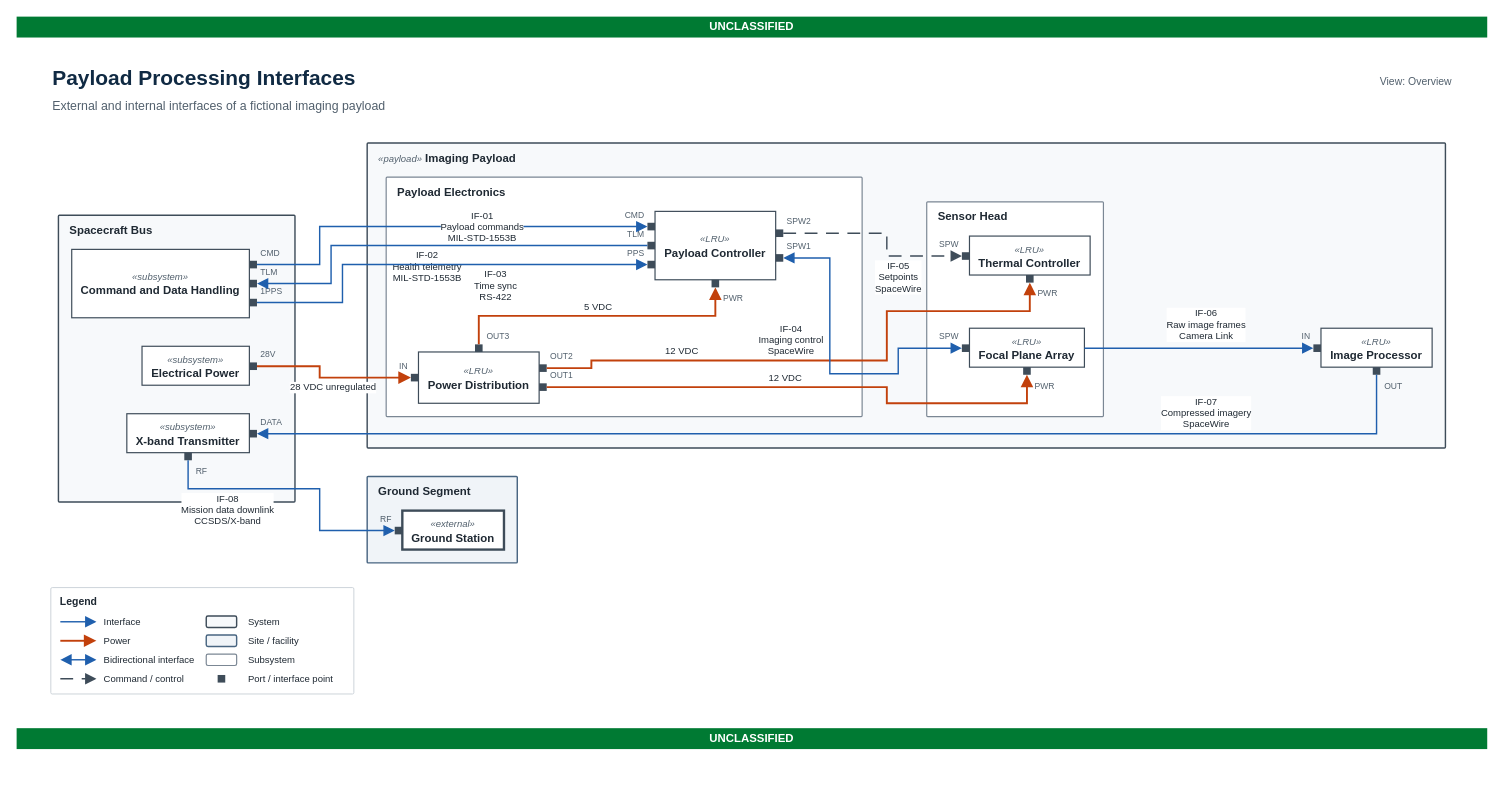
jdlongmire/technical-architecture-diagram keeps this draw.io diagram as page "Overview" (1 of 2) of examples/payload_interfaces.drawio. Above is the earlier version. Source tidied: cells renumbered, new cells numbered last; positions are measured from the earlier drawing's top-left corner, leaving out a move shared by most shapes. Both pictures are drawn from the tidied source at 95%, with x=0, y=0 at pixel (16, 16).
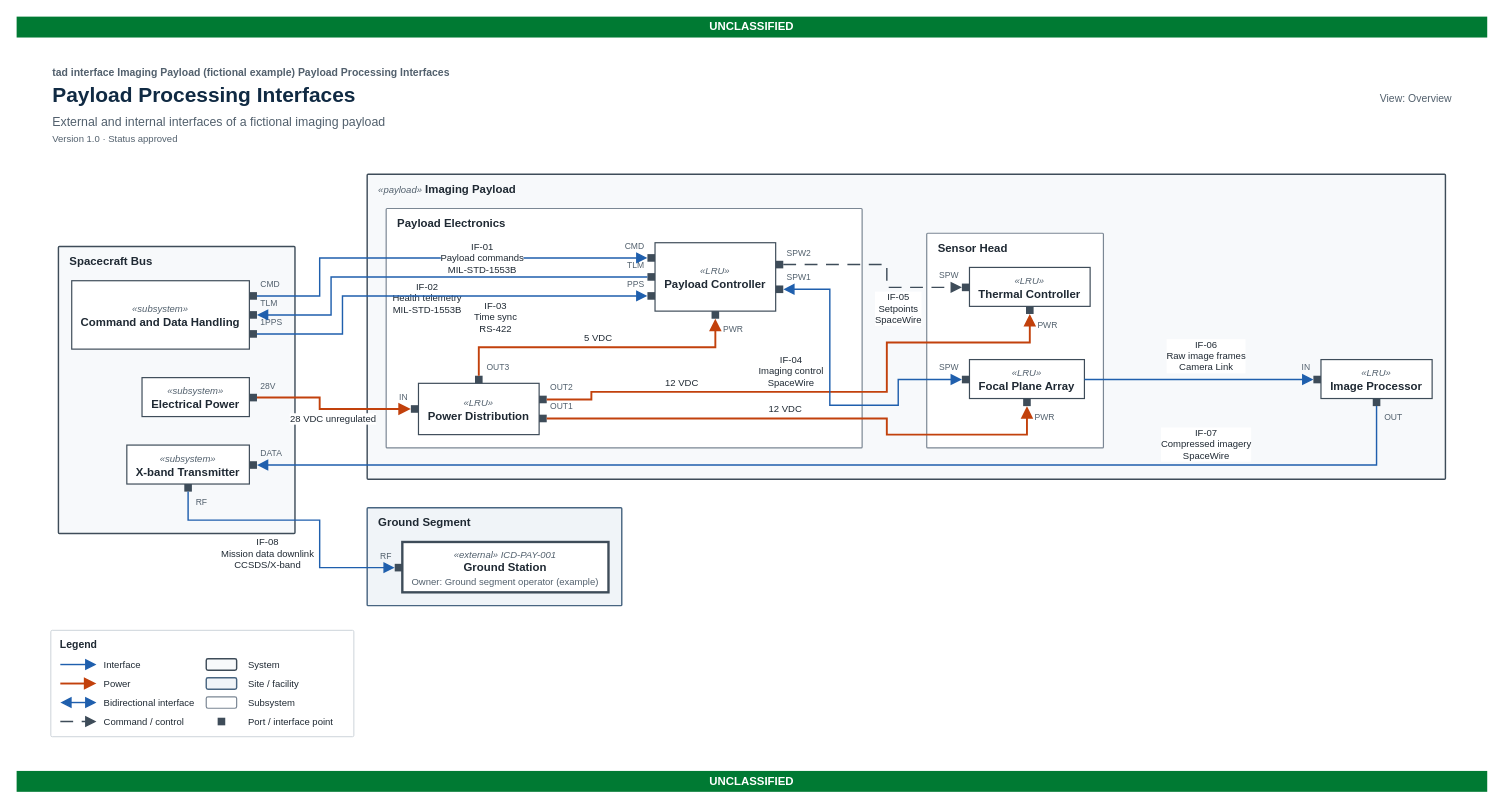
The same page after the edit.

Unchanged cells that the change refers to:
```xml
<mxCell id="13" value="CMD" style="rounded=0;html=1;fillColor=#3E4C59;strokeColor=none;fontSize=9;fontFamily=Helvetica;fontColor=#52606D;points=[];labelPosition=right;align=left;verticalLabelPosition=top;verticalAlign=bottom;spacingLeft=2;" parent="12" vertex="1">
  <mxGeometry x="187" y="12" width="8" height="8" as="geometry" />
</mxCell>
<mxCell id="14" value="TLM" style="rounded=0;html=1;fillColor=#3E4C59;strokeColor=none;fontSize=9;fontFamily=Helvetica;fontColor=#52606D;points=[];labelPosition=right;align=left;verticalLabelPosition=top;verticalAlign=bottom;spacingLeft=2;" parent="12" vertex="1">
  <mxGeometry x="187" y="32" width="8" height="8" as="geometry" />
</mxCell>
<mxCell id="15" value="1PPS" style="rounded=0;html=1;fillColor=#3E4C59;strokeColor=none;fontSize=9;fontFamily=Helvetica;fontColor=#52606D;points=[];labelPosition=right;align=left;verticalLabelPosition=top;verticalAlign=bottom;spacingLeft=2;" parent="12" vertex="1">
  <mxGeometry x="187" y="52" width="8" height="8" as="geometry" />
</mxCell>
<mxCell id="17" value="28V" style="rounded=0;html=1;fillColor=#3E4C59;strokeColor=none;fontSize=9;fontFamily=Helvetica;fontColor=#52606D;points=[];labelPosition=right;align=left;verticalLabelPosition=top;verticalAlign=bottom;spacingLeft=2;" parent="16" vertex="1">
  <mxGeometry x="113" y="17" width="8" height="8" as="geometry" />
</mxCell>
<mxCell id="19" value="DATA" style="rounded=0;html=1;fillColor=#3E4C59;strokeColor=none;fontSize=9;fontFamily=Helvetica;fontColor=#52606D;points=[];labelPosition=right;align=left;verticalLabelPosition=top;verticalAlign=bottom;spacingLeft=2;" parent="18" vertex="1">
  <mxGeometry x="129" y="17" width="8" height="8" as="geometry" />
</mxCell>
<mxCell id="20" value="RF" style="rounded=0;html=1;fillColor=#3E4C59;strokeColor=none;fontSize=9;fontFamily=Helvetica;fontColor=#52606D;points=[];labelPosition=right;align=left;verticalLabelPosition=bottom;verticalAlign=top;spacingLeft=2;" parent="18" vertex="1">
  <mxGeometry x="60.5" y="41" width="8" height="8" as="geometry" />
</mxCell>
<mxCell id="22" value="CMD" style="rounded=0;html=1;fillColor=#3E4C59;strokeColor=none;fontSize=9;fontFamily=Helvetica;fontColor=#52606D;points=[];labelPosition=left;align=right;verticalLabelPosition=top;verticalAlign=bottom;spacingRight=2;" parent="21" vertex="1">
  <mxGeometry x="-8" y="12" width="8" height="8" as="geometry" />
</mxCell>
<mxCell id="23" value="TLM" style="rounded=0;html=1;fillColor=#3E4C59;strokeColor=none;fontSize=9;fontFamily=Helvetica;fontColor=#52606D;points=[];labelPosition=left;align=right;verticalLabelPosition=top;verticalAlign=bottom;spacingRight=2;" parent="21" vertex="1">
  <mxGeometry x="-8" y="32" width="8" height="8" as="geometry" />
</mxCell>
<mxCell id="24" value="PPS" style="rounded=0;html=1;fillColor=#3E4C59;strokeColor=none;fontSize=9;fontFamily=Helvetica;fontColor=#52606D;points=[];labelPosition=left;align=right;verticalLabelPosition=top;verticalAlign=bottom;spacingRight=2;" parent="21" vertex="1">
  <mxGeometry x="-8" y="52" width="8" height="8" as="geometry" />
</mxCell>
<mxCell id="25" value="SPW1" style="rounded=0;html=1;fillColor=#3E4C59;strokeColor=none;fontSize=9;fontFamily=Helvetica;fontColor=#52606D;points=[];labelPosition=right;align=left;verticalLabelPosition=top;verticalAlign=bottom;spacingLeft=2;" parent="21" vertex="1">
  <mxGeometry x="127" y="45" width="8" height="8" as="geometry" />
</mxCell>
<mxCell id="26" value="SPW2" style="rounded=0;html=1;fillColor=#3E4C59;strokeColor=none;fontSize=9;fontFamily=Helvetica;fontColor=#52606D;points=[];labelPosition=right;align=left;verticalLabelPosition=top;verticalAlign=bottom;spacingLeft=2;" parent="21" vertex="1">
  <mxGeometry x="127" y="19" width="8" height="8" as="geometry" />
</mxCell>
<mxCell id="27" value="PWR" style="rounded=0;html=1;fillColor=#3E4C59;strokeColor=none;fontSize=9;fontFamily=Helvetica;fontColor=#52606D;points=[];labelPosition=right;align=left;verticalLabelPosition=bottom;verticalAlign=top;spacingLeft=2;" parent="21" vertex="1">
  <mxGeometry x="59.5" y="72" width="8" height="8" as="geometry" />
</mxCell>
<mxCell id="29" value="IN" style="rounded=0;html=1;fillColor=#3E4C59;strokeColor=none;fontSize=9;fontFamily=Helvetica;fontColor=#52606D;points=[];labelPosition=left;align=right;verticalLabelPosition=top;verticalAlign=bottom;spacingRight=2;" parent="28" vertex="1">
  <mxGeometry x="-8" y="23" width="8" height="8" as="geometry" />
</mxCell>
<mxCell id="30" value="OUT1" style="rounded=0;html=1;fillColor=#3E4C59;strokeColor=none;fontSize=9;fontFamily=Helvetica;fontColor=#52606D;points=[];labelPosition=right;align=left;verticalLabelPosition=top;verticalAlign=bottom;spacingLeft=2;" parent="28" vertex="1">
  <mxGeometry x="127" y="33" width="8" height="8" as="geometry" />
</mxCell>
<mxCell id="31" value="OUT2" style="rounded=0;html=1;fillColor=#3E4C59;strokeColor=none;fontSize=9;fontFamily=Helvetica;fontColor=#52606D;points=[];labelPosition=right;align=left;verticalLabelPosition=top;verticalAlign=bottom;spacingLeft=2;" parent="28" vertex="1">
  <mxGeometry x="127" y="13" width="8" height="8" as="geometry" />
</mxCell>
<mxCell id="32" value="OUT3" style="rounded=0;html=1;fillColor=#3E4C59;strokeColor=none;fontSize=9;fontFamily=Helvetica;fontColor=#52606D;points=[];labelPosition=right;align=left;verticalLabelPosition=top;verticalAlign=bottom;spacingLeft=2;" parent="28" vertex="1">
  <mxGeometry x="59.5" y="-8" width="8" height="8" as="geometry" />
</mxCell>
<mxCell id="34" value="SPW" style="rounded=0;html=1;fillColor=#3E4C59;strokeColor=none;fontSize=9;fontFamily=Helvetica;fontColor=#52606D;points=[];labelPosition=left;align=right;verticalLabelPosition=top;verticalAlign=bottom;spacingRight=2;" parent="33" vertex="1">
  <mxGeometry x="-8" y="17" width="8" height="8" as="geometry" />
</mxCell>
<mxCell id="35" value="PWR" style="rounded=0;html=1;fillColor=#3E4C59;strokeColor=none;fontSize=9;fontFamily=Helvetica;fontColor=#52606D;points=[];labelPosition=right;align=left;verticalLabelPosition=bottom;verticalAlign=top;spacingLeft=2;" parent="33" vertex="1">
  <mxGeometry x="56.5" y="41" width="8" height="8" as="geometry" />
</mxCell>
<mxCell id="37" value="SPW" style="rounded=0;html=1;fillColor=#3E4C59;strokeColor=none;fontSize=9;fontFamily=Helvetica;fontColor=#52606D;points=[];labelPosition=left;align=right;verticalLabelPosition=top;verticalAlign=bottom;spacingRight=2;" parent="36" vertex="1">
  <mxGeometry x="-8" y="17" width="8" height="8" as="geometry" />
</mxCell>
<mxCell id="38" value="PWR" style="rounded=0;html=1;fillColor=#3E4C59;strokeColor=none;fontSize=9;fontFamily=Helvetica;fontColor=#52606D;points=[];labelPosition=right;align=left;verticalLabelPosition=bottom;verticalAlign=top;spacingLeft=2;" parent="36" vertex="1">
  <mxGeometry x="59.5" y="41" width="8" height="8" as="geometry" />
</mxCell>
<mxCell id="41" value="OUT" style="rounded=0;html=1;fillColor=#3E4C59;strokeColor=none;fontSize=9;fontFamily=Helvetica;fontColor=#52606D;points=[];labelPosition=right;align=left;verticalLabelPosition=bottom;verticalAlign=top;spacingLeft=2;" parent="39" vertex="1">
  <mxGeometry x="54.5" y="41" width="8" height="8" as="geometry" />
</mxCell>
```

Change to the diagram source:
```diff
@@
     <mxCell id="3" value="UNCLASSIFIED" style="rounded=0;html=1;whiteSpace=wrap;fillColor=#007A33;strokeColor=none;fontColor=#FFFFFF;fontStyle=1;fontSize=12;fontFamily=Helvetica;align=center;verticalAlign=middle;" parent="1" vertex="1">
-      <mxGeometry y="749" width="1548" height="22" as="geometry" />
+      <mxGeometry y="794" width="1548" height="22" as="geometry" />
     </mxCell>
+    <mxCell id="73" value="tad interface Imaging Payload (fictional example) Payload Processing Interfaces" style="text;html=1;align=left;verticalAlign=top;fontSize=11;fontStyle=1;fontFamily=Helvetica;fontColor=#52606D;whiteSpace=nowrap;" parent="1" vertex="1">
+      <mxGeometry x="36" y="46" width="618.4" height="15" as="geometry" />
+    </mxCell>
     <mxCell id="4" value="Payload Processing Interfaces" style="text;html=1;align=left;verticalAlign=top;fontSize=22;fontStyle=1;fontFamily=Helvetica;fontColor=#102A43;whiteSpace=nowrap;" parent="1" vertex="1">
-      <mxGeometry x="36" y="46" width="370.6" height="32" as="geometry" />
+      <mxGeometry x="36" y="63" width="438.4" height="32" as="geometry" />
     </mxCell>
     <mxCell id="5" value="External and internal interfaces of a fictional imaging payload" style="text;html=1;align=left;verticalAlign=top;fontSize=13;fontFamily=Helvetica;fontColor=#52606D;whiteSpace=nowrap;" parent="1" vertex="1">
-      <mxGeometry x="36" y="80" width="550.6" height="21" as="geometry" />
+      <mxGeometry x="36" y="97" width="618.4" height="21" as="geometry" />
     </mxCell>
+    <mxCell id="74" value="Version 1.0 · Status approved" style="text;html=1;align=left;verticalAlign=top;fontSize=10;fontFamily=Helvetica;fontColor=#52606D;whiteSpace=nowrap;" parent="1" vertex="1">
+      <mxGeometry x="36" y="116" width="618.4" height="16" as="geometry" />
+    </mxCell>
     <mxCell id="6" value="View: Overview" style="text;html=1;align=right;verticalAlign=top;fontSize=11;fontFamily=Helvetica;fontColor=#52606D;" parent="1" vertex="1">
-      <mxGeometry x="1252" y="56" width="260" height="18" as="geometry" />
+      <mxGeometry x="1252" y="73" width="260" height="18" as="geometry" />
     </mxCell>
     <mxCell id="7" value="&lt;b&gt;Spacecraft Bus&lt;/b&gt;" style="rounded=1;arcSize=2;absoluteArcSize=1;html=1;whiteSpace=wrap;fillColor=#F7F9FB;strokeColor=#3E4C59;strokeWidth=1.5;verticalAlign=top;align=left;spacingLeft=10;spacingTop=2;fontSize=12;fontFamily=Helvetica;fontColor=#1F2933;" parent="1" vertex="1">
-      <mxGeometry x="44" y="209" width="249" height="302" as="geometry" />
+      <mxGeometry x="44" y="242" width="249" height="302" as="geometry" />
     </mxCell>
     <mxCell id="8" value="&lt;i style=&quot;font-weight:normal;font-size:10px;color:#52606D&quot;&gt;«payload»&lt;/i&gt; &lt;b&gt;Imaging Payload&lt;/b&gt;" style="rounded=1;arcSize=2;absoluteArcSize=1;html=1;whiteSpace=wrap;fillColor=#F7F9FB;strokeColor=#3E4C59;strokeWidth=1.5;verticalAlign=top;align=left;spacingLeft=10;spacingTop=2;fontSize=12;fontFamily=Helvetica;fontColor=#1F2933;" parent="1" vertex="1">
-      <mxGeometry x="369" y="133" width="1135" height="321" as="geometry" />
+      <mxGeometry x="369" y="166" width="1135" height="321" as="geometry" />
     </mxCell>
     <mxCell id="9" value="&lt;b&gt;Ground Segment&lt;/b&gt;" style="rounded=1;arcSize=2;absoluteArcSize=1;html=1;whiteSpace=wrap;fillColor=#F0F4F8;strokeColor=#486581;strokeWidth=1.5;verticalAlign=top;align=left;spacingLeft=10;spacingTop=2;fontSize=12;fontFamily=Helvetica;fontColor=#1F2933;" parent="1" vertex="1">
-      <mxGeometry x="369" y="484" width="158" height="91" as="geometry" />
+      <mxGeometry x="369" y="517" width="268" height="103" as="geometry" />
     </mxCell>
@@
-    <mxCell id="42" value="&lt;span style=&quot;font-size:10px;color:#52606D&quot;&gt;&lt;i&gt;«external»&lt;/i&gt;&lt;/span&gt;&lt;br&gt;&lt;b&gt;Ground Station&lt;/b&gt;" style="html=1;whiteSpace=wrap;fillColor=#FFFFFF;strokeColor=#3E4C59;strokeWidth=2.5;fontSize=12;fontFamily=Helvetica;fontColor=#1F2933;verticalAlign=middle;align=center;spacing=4;rounded=0;" parent="9" vertex="1">
-      <mxGeometry x="37" y="36" width="107" height="41" as="geometry" />
+    <mxCell id="42" value="&lt;span style=&quot;font-size:10px;color:#52606D&quot;&gt;&lt;i&gt;«external» ICD-PAY-001&lt;/i&gt;&lt;/span&gt;&lt;br&gt;&lt;b&gt;Ground Station&lt;/b&gt;&lt;br&gt;&lt;span style=&quot;font-size:10px;color:#52606D&quot;&gt;Owner: Ground segment operator (example)&lt;/span&gt;" style="html=1;whiteSpace=wrap;fillColor=#FFFFFF;strokeColor=#3E4C59;strokeWidth=2.5;fontSize=12;fontFamily=Helvetica;fontColor=#1F2933;verticalAlign=middle;align=center;spacing=4;rounded=0;" parent="9" vertex="1">
+      <mxGeometry x="37" y="36" width="217" height="53" as="geometry" />
     </mxCell>
     <mxCell id="43" value="RF" style="rounded=0;html=1;fillColor=#3E4C59;strokeColor=none;fontSize=9;fontFamily=Helvetica;fontColor=#52606D;points=[];labelPosition=left;align=right;verticalLabelPosition=top;verticalAlign=bottom;spacingRight=2;" parent="42" vertex="1">
-      <mxGeometry x="-8" y="17" width="8" height="8" as="geometry" />
+      <mxGeometry x="-8" y="23" width="8" height="8" as="geometry" />
     </mxCell>
     <mxCell id="44" value="IF-01&lt;br&gt;Payload commands&lt;br&gt;MIL-STD-1553B" style="edgeStyle=orthogonalEdgeStyle;rounded=0;jettySize=auto;html=1;strokeColor=#1F5FAD;strokeWidth=1.5;endArrow=block;endFill=1;startArrow=none;startFill=0;endSize=8;startSize=8;fontSize=10;fontFamily=Helvetica;fontColor=#1F2933;labelBackgroundColor=#FFFFFF;exitX=1.0;exitY=0.5;exitDx=0;exitDy=0;exitPerimeter=0;entryX=0.0;entryY=0.5;entryDx=0;entryDy=0;entryPerimeter=0;" parent="1" edge="1" source="13" target="22">
       <mxGeometry x="0.23" relative="1" as="geometry">
         <Array as="points">
-          <mxPoint x="319" y="261" />
-          <mxPoint x="319" y="221" />
+          <mxPoint x="319" y="294" />
+          <mxPoint x="319" y="254" />
         </Array>
       </mxGeometry>
     </mxCell>
     <mxCell id="45" value="IF-02&lt;br&gt;Health telemetry&lt;br&gt;MIL-STD-1553B" style="edgeStyle=orthogonalEdgeStyle;rounded=0;jettySize=auto;html=1;strokeColor=#1F5FAD;strokeWidth=1.5;endArrow=block;endFill=1;startArrow=none;startFill=0;endSize=8;startSize=8;fontSize=10;fontFamily=Helvetica;fontColor=#1F2933;labelBackgroundColor=#FFFFFF;exitX=0.0;exitY=0.5;exitDx=0;exitDy=0;exitPerimeter=0;entryX=1.0;entryY=0.5;entryDx=0;entryDy=0;entryPerimeter=0;" parent="1" edge="1" source="23" target="14">
       <mxGeometry x="0.03" relative="1" as="geometry">
         <Array as="points">
-          <mxPoint x="331" y="241" />
-          <mxPoint x="331" y="281" />
+          <mxPoint x="331" y="274" />
+          <mxPoint x="331" y="314" />
         </Array>
         <mxPoint y="22" as="offset" />
       </mxGeometry>
     </mxCell>
     <mxCell id="46" value="IF-03&lt;br&gt;Time sync&lt;br&gt;RS-422" style="edgeStyle=orthogonalEdgeStyle;rounded=0;jettySize=auto;html=1;strokeColor=#1F5FAD;strokeWidth=1.5;endArrow=block;endFill=1;startArrow=none;startFill=0;endSize=8;startSize=8;fontSize=10;fontFamily=Helvetica;fontColor=#1F2933;labelBackgroundColor=#FFFFFF;exitX=1.0;exitY=0.5;exitDx=0;exitDy=0;exitPerimeter=0;entryX=0.0;entryY=0.5;entryDx=0;entryDy=0;entryPerimeter=0;" parent="1" edge="1" source="15" target="24">
       <mxGeometry x="0.29" relative="1" as="geometry">
         <Array as="points">
-          <mxPoint x="343" y="301" />
-          <mxPoint x="343" y="261" />
+          <mxPoint x="343" y="334" />
+          <mxPoint x="343" y="294" />
         </Array>
         <mxPoint y="22" as="offset" />
       </mxGeometry>
     </mxCell>
     <mxCell id="47" value="28 VDC unregulated" style="edgeStyle=orthogonalEdgeStyle;rounded=0;jettySize=auto;html=1;strokeColor=#C2410C;strokeWidth=2;endArrow=block;endFill=1;startArrow=none;startFill=0;endSize=8;startSize=8;fontSize=10;fontFamily=Helvetica;fontColor=#1F2933;labelBackgroundColor=#FFFFFF;exitX=1.0;exitY=0.5;exitDx=0;exitDy=0;exitPerimeter=0;entryX=0.0;entryY=0.5;entryDx=0;entryDy=0;entryPerimeter=0;" parent="1" edge="1" source="17" target="29">
       <mxGeometry x="0.06" relative="1" as="geometry">
         <Array as="points">
-          <mxPoint x="319" y="368" />
-          <mxPoint x="319" y="380" />
+          <mxPoint x="319" y="401" />
+          <mxPoint x="319" y="413" />
         </Array>
         <mxPoint y="10" as="offset" />
       </mxGeometry>
     </mxCell>
     <mxCell id="48" value="5 VDC" style="edgeStyle=orthogonalEdgeStyle;rounded=0;jettySize=auto;html=1;strokeColor=#C2410C;strokeWidth=2;endArrow=block;endFill=1;startArrow=none;startFill=0;endSize=8;startSize=8;fontSize=10;fontFamily=Helvetica;fontColor=#1F2933;labelBackgroundColor=#FFFFFF;exitX=0.5;exitY=0.0;exitDx=0;exitDy=0;exitPerimeter=0;entryX=0.5;entryY=1.0;entryDx=0;entryDy=0;entryPerimeter=0;" parent="1" edge="1" source="32" target="27">
       <mxGeometry relative="1" as="geometry">
         <Array as="points">
-          <mxPoint x="486.5" y="315" />
-          <mxPoint x="735.5" y="315" />
+          <mxPoint x="486.5" y="348" />
+          <mxPoint x="735.5" y="348" />
         </Array>
         <mxPoint y="-10" as="offset" />
       </mxGeometry>
     </mxCell>
     <mxCell id="49" value="12 VDC" style="edgeStyle=orthogonalEdgeStyle;rounded=0;jettySize=auto;html=1;strokeColor=#C2410C;strokeWidth=2;endArrow=block;endFill=1;startArrow=none;startFill=0;endSize=8;startSize=8;fontSize=10;fontFamily=Helvetica;fontColor=#1F2933;labelBackgroundColor=#FFFFFF;exitX=1.0;exitY=0.5;exitDx=0;exitDy=0;exitPerimeter=0;entryX=0.5;entryY=1.0;entryDx=0;entryDy=0;entryPerimeter=0;" parent="1" edge="1" source="30" target="35">
       <mxGeometry x="-0.09" relative="1" as="geometry">
         <Array as="points">
-          <mxPoint x="916" y="390" />
-          <mxPoint x="916" y="407" />
-          <mxPoint x="1063.5" y="407" />
+          <mxPoint x="916" y="423" />
+          <mxPoint x="916" y="440" />
+          <mxPoint x="1063.5" y="440" />
         </Array>
         <mxPoint y="-10" as="offset" />
       </mxGeometry>
     </mxCell>
     <mxCell id="50" value="12 VDC" style="edgeStyle=orthogonalEdgeStyle;rounded=0;jettySize=auto;html=1;strokeColor=#C2410C;strokeWidth=2;endArrow=block;endFill=1;startArrow=none;startFill=0;endSize=8;startSize=8;fontSize=10;fontFamily=Helvetica;fontColor=#1F2933;labelBackgroundColor=#FFFFFF;exitX=1.0;exitY=0.5;exitDx=0;exitDy=0;exitPerimeter=0;entryX=0.5;entryY=1.0;entryDx=0;entryDy=0;entryPerimeter=0;" parent="1" edge="1" source="31" target="38">
       <mxGeometry x="-0.5" relative="1" as="geometry">
         <Array as="points">
-          <mxPoint x="605" y="370" />
-          <mxPoint x="605" y="362" />
-          <mxPoint x="916" y="362" />
-          <mxPoint x="916" y="310" />
-          <mxPoint x="1066.5" y="310" />
+          <mxPoint x="605" y="403" />
+          <mxPoint x="605" y="395" />
+          <mxPoint x="916" y="395" />
+          <mxPoint x="916" y="343" />
+          <mxPoint x="1066.5" y="343" />
         </Array>
         <mxPoint y="-10" as="offset" />
       </mxGeometry>
     </mxCell>
     <mxCell id="51" value="IF-04&lt;br&gt;Imaging control&lt;br&gt;SpaceWire" style="edgeStyle=orthogonalEdgeStyle;rounded=0;jettySize=auto;html=1;strokeColor=#1F5FAD;strokeWidth=1.5;endArrow=block;endFill=1;startArrow=block;startFill=1;endSize=8;startSize=8;fontSize=10;fontFamily=Helvetica;fontColor=#1F2933;labelBackgroundColor=#FFFFFF;exitX=1.0;exitY=0.5;exitDx=0;exitDy=0;exitPerimeter=0;entryX=0.0;entryY=0.5;entryDx=0;entryDy=0;entryPerimeter=0;" parent="1" edge="1" source="25" target="34">
       <mxGeometry x="-0.2" relative="1" as="geometry">
         <Array as="points">
-          <mxPoint x="856" y="254" />
-          <mxPoint x="856" y="376" />
-          <mxPoint x="928" y="376" />
-          <mxPoint x="928" y="349" />
+          <mxPoint x="856" y="287" />
+          <mxPoint x="856" y="409" />
+          <mxPoint x="928" y="409" />
+          <mxPoint x="928" y="382" />
         </Array>
         <mxPoint x="-41.2" as="offset" />
       </mxGeometry>
     </mxCell>
     <mxCell id="52" value="IF-05&lt;br&gt;Setpoints&lt;br&gt;SpaceWire" style="edgeStyle=orthogonalEdgeStyle;rounded=0;jettySize=auto;html=1;strokeColor=#3E4C59;strokeWidth=1.5;endArrow=block;endFill=1;startArrow=none;startFill=0;endSize=8;startSize=8;fontSize=10;fontFamily=Helvetica;fontColor=#1F2933;labelBackgroundColor=#FFFFFF;dashed=1;dashPattern=9 6;exitX=1.0;exitY=0.5;exitDx=0;exitDy=0;exitPerimeter=0;entryX=0.0;entryY=0.5;entryDx=0;entryDy=0;entryPerimeter=0;" parent="1" edge="1" source="26" target="37">
       <mxGeometry x="0.37" relative="1" as="geometry">
         <Array as="points">
-          <mxPoint x="916" y="228" />
-          <mxPoint x="916" y="252" />
+          <mxPoint x="916" y="261" />
+          <mxPoint x="916" y="285" />
         </Array>
         <mxPoint y="22" as="offset" />
       </mxGeometry>
     </mxCell>
@@
     <mxCell id="54" value="IF-07&lt;br&gt;Compressed imagery&lt;br&gt;SpaceWire" style="edgeStyle=orthogonalEdgeStyle;rounded=0;jettySize=auto;html=1;strokeColor=#1F5FAD;strokeWidth=1.5;endArrow=block;endFill=1;startArrow=none;startFill=0;endSize=8;startSize=8;fontSize=10;fontFamily=Helvetica;fontColor=#1F2933;labelBackgroundColor=#FFFFFF;exitX=0.5;exitY=1.0;exitDx=0;exitDy=0;exitPerimeter=0;entryX=1.0;entryY=0.5;entryDx=0;entryDy=0;entryPerimeter=0;" parent="1" edge="1" source="41" target="19">
       <mxGeometry x="-0.61" relative="1" as="geometry">
         <Array as="points">
-          <mxPoint x="1431.5" y="439" />
+          <mxPoint x="1431.5" y="472" />
         </Array>
         <mxPoint y="-22" as="offset" />
       </mxGeometry>
     </mxCell>
     <mxCell id="55" value="IF-08&lt;br&gt;Mission data downlink&lt;br&gt;CCSDS/X-band" style="edgeStyle=orthogonalEdgeStyle;rounded=0;jettySize=auto;html=1;strokeColor=#1F5FAD;strokeWidth=1.5;endArrow=block;endFill=1;startArrow=none;startFill=0;endSize=8;startSize=8;fontSize=10;fontFamily=Helvetica;fontColor=#1F2933;labelBackgroundColor=#FFFFFF;exitX=0.5;exitY=1.0;exitDx=0;exitDy=0;exitPerimeter=0;entryX=0.0;entryY=0.5;entryDx=0;entryDy=0;entryPerimeter=0;" parent="1" edge="1" source="20" target="43">
-      <mxGeometry x="-0.51" relative="1" as="geometry">
+      <mxGeometry x="-0.24" relative="1" as="geometry">
         <Array as="points">
-          <mxPoint x="180.5" y="497" />
-          <mxPoint x="319" y="497" />
-          <mxPoint x="319" y="541" />
+          <mxPoint x="180.5" y="530" />
+          <mxPoint x="319" y="530" />
+          <mxPoint x="319" y="580" />
         </Array>
-        <mxPoint y="22" as="offset" />
+        <mxPoint y="35" as="offset" />
       </mxGeometry>
     </mxCell>
     <mxCell id="56" value="&lt;b&gt;Legend&lt;/b&gt;" style="rounded=1;arcSize=3;absoluteArcSize=1;html=1;fillColor=#FFFFFF;strokeColor=#CBD2D9;verticalAlign=top;align=left;spacingLeft=8;spacingTop=2;fontSize=11;fontFamily=Helvetica;fontColor=#1F2933;" parent="1" vertex="1">
-      <mxGeometry x="36" y="601" width="319" height="112" as="geometry" />
+      <mxGeometry x="36" y="646" width="319" height="112" as="geometry" />
     </mxCell>
```
